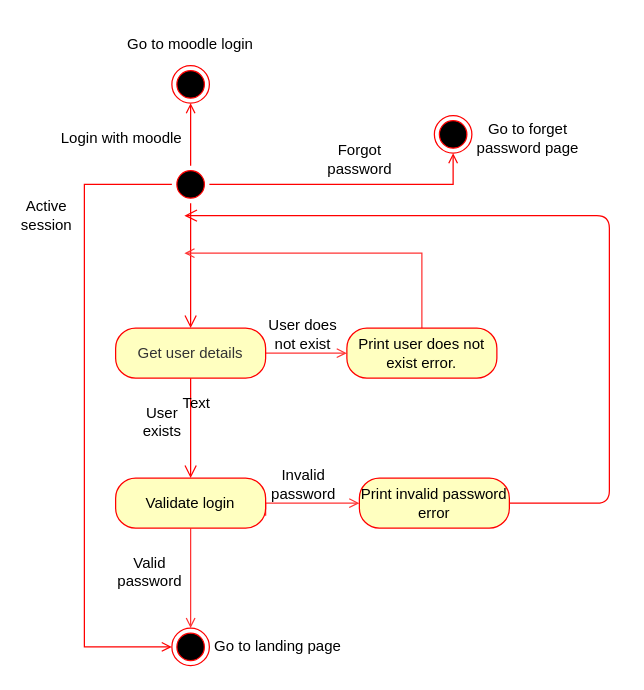
The draw.io diagram diagrams/login_page_statechart.drawio in greenpeace-wits/Student-Success-Hub, before the edit. Source tidied: cells renumbered, new cells numbered last; positions are measured from the earlier drawing's top-left corner, leaving out a move shared by most shapes. Both pictures are drawn from the tidied source at 125%, with x=0, y=0 at pixel (21, 21).
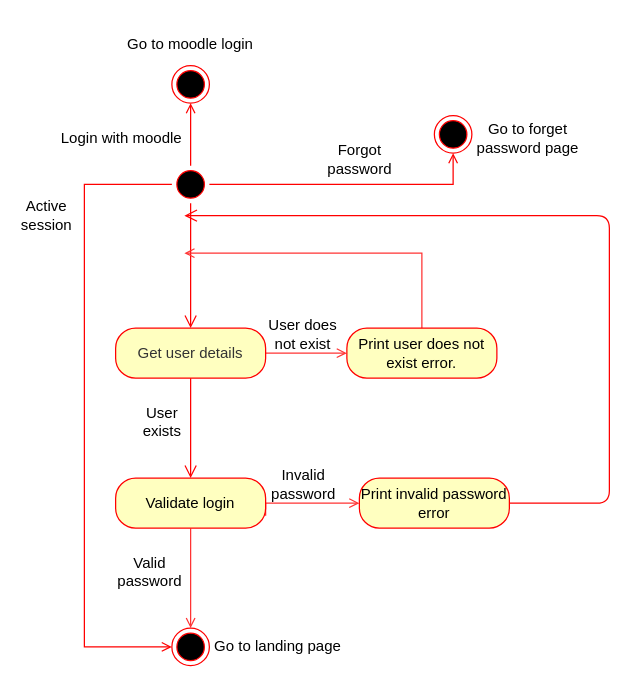
The same diagram, later.

Commit message (it also covers changes not shown here):
removed text box

there was an acidenta; occurence of a text box with the worrd "text" that I've removed

Diff of the diagram source:
```diff
@@
-    <mxCell id="25" value="Text" style="text;html=1;strokeColor=none;fillColor=none;align=center;verticalAlign=middle;whiteSpace=wrap;rounded=0;" parent="1" vertex="1">
-      <mxGeometry x="120" y="295" width="40" height="20" as="geometry" />
-    </mxCell>
```
